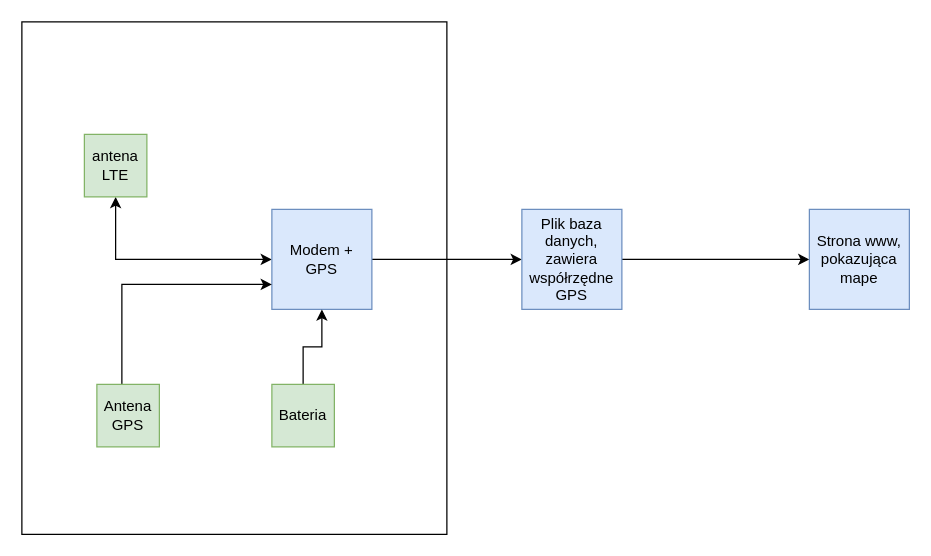
Gosiaczek82/projectMeow keeps this draw.io diagram as BlockDiagram/miau_GPS.drawio. Above is the earlier version. Source tidied: cells renumbered, new cells numbered last; positions are measured from the earlier drawing's top-left corner, leaving out a move shared by most shapes. Both pictures are drawn from the tidied source at 125%, with x=0, y=0 at pixel (21, 21).
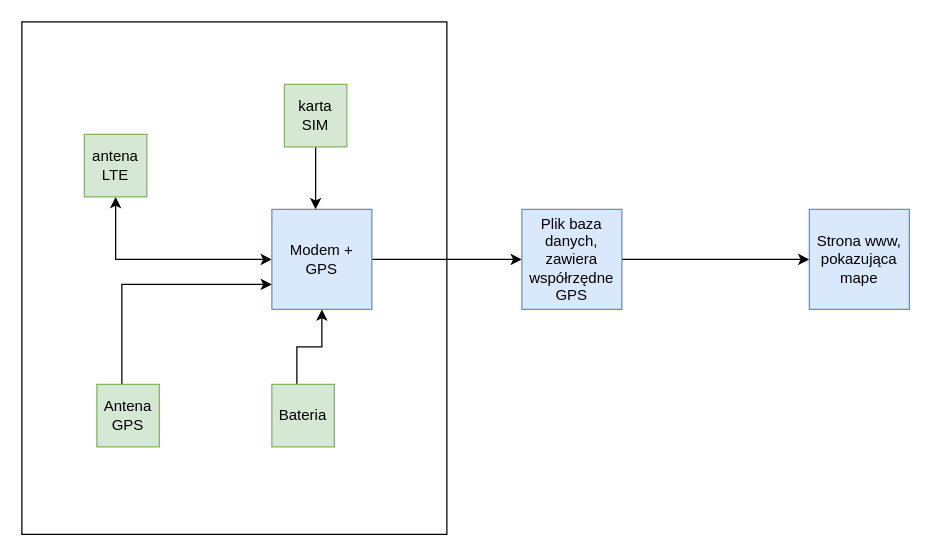
The same page after the edit.

Commit message:
dodanie do schematu blokoweko karty SIM

The change refers to these unchanged cells:
```xml
<mxCell id="5" value="Modem + GPS" style="whiteSpace=wrap;html=1;fillColor=#dae8fc;strokeColor=#6c8ebf;fontColor=#000000;" parent="1" vertex="1">
  <mxGeometry x="200" y="150" width="80" height="80" as="geometry" />
</mxCell>
<mxCell id="10" value="Bateria" style="whiteSpace=wrap;html=1;fillColor=#d5e8d4;strokeColor=#82b366;fontColor=#000000;" parent="1" vertex="1">
  <mxGeometry x="200" y="290" width="50" height="50" as="geometry" />
</mxCell>
```

Change to the diagram source:
```diff
@@
     <mxCell id="9" style="edgeStyle=orthogonalEdgeStyle;rounded=0;jettySize=auto;html=1;" parent="1" edge="1" source="10" target="5">
-      <mxGeometry relative="1" as="geometry" />
+      <mxGeometry relative="1" as="geometry">
+        <Array as="points">
+          <mxPoint x="220" y="260" />
+          <mxPoint x="240" y="260" />
+        </Array>
+      </mxGeometry>
     </mxCell>
@@
+    <mxCell id="14" style="edgeStyle=orthogonalEdgeStyle;rounded=0;jettySize=auto;html=1;" parent="1" edge="1" source="15" target="5">
+      <mxGeometry relative="1" as="geometry">
+        <Array as="points">
+          <mxPoint x="235" y="140" />
+          <mxPoint x="235" y="140" />
+        </Array>
+      </mxGeometry>
+    </mxCell>
+    <mxCell id="15" value="karta SIM" style="whiteSpace=wrap;html=1;fillColor=#d5e8d4;strokeColor=#82b366;gradientColor=none;fontColor=#000000;" parent="1" vertex="1">
+      <mxGeometry x="210" y="50" width="50" height="50" as="geometry" />
+    </mxCell>
```
